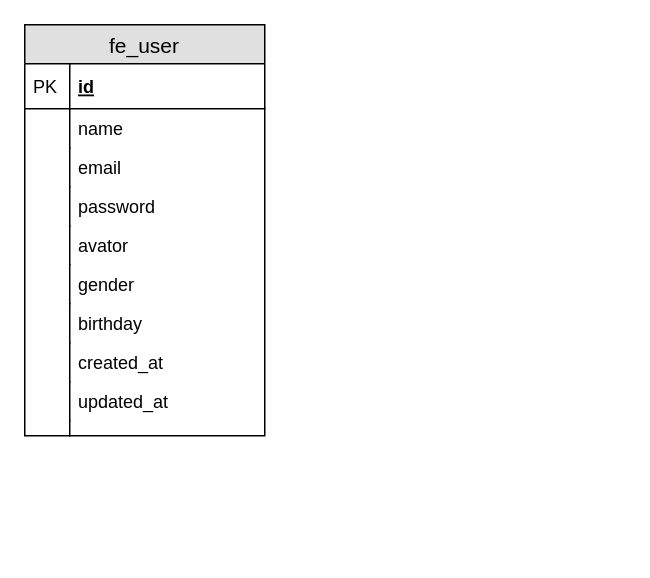
The draw.io diagram 个人开源电商/littlemall_fe_service_sql.drawio in wurh/myDesignDoc, before the edit. Source tidied: cells renumbered, new cells numbered last; positions are measured from the earlier drawing's top-left corner, leaving out a move shared by most shapes. Both pictures are drawn from the tidied source at 150%, with x=0, y=0 at pixel (24, 24).
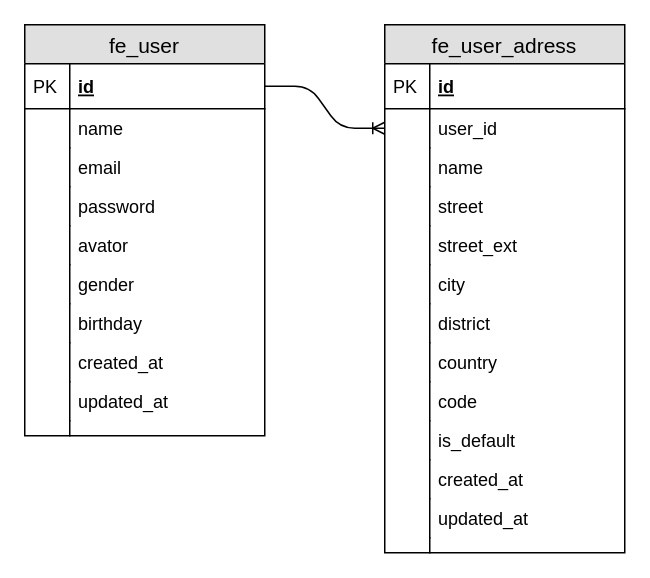
Above is the later version.

Unchanged cells that the change refers to:
```xml
<mxCell id="3" value="id" style="shape=partialRectangle;top=0;left=0;right=0;bottom=1;align=left;verticalAlign=middle;fillColor=none;spacingLeft=34;spacingRight=4;overflow=hidden;points=[[0,0.5],[1,0.5]];portConstraint=eastwest;fontStyle=5;fontSize=12;" parent="2" vertex="1">
  <mxGeometry y="26" width="160" height="30" as="geometry" />
</mxCell>
```

Change to the diagram source:
```diff
@@
+    <mxCell id="23" value="fe_user_adress" style="swimlane;fontStyle=0;horizontal=1;startSize=26;fillColor=#e0e0e0;swimlaneFillColor=#ffffff;align=center;fontSize=14;" parent="1" vertex="1">
+      <mxGeometry x="240" width="160" height="352" as="geometry" />
+    </mxCell>
+    <mxCell id="24" value="id" style="shape=partialRectangle;top=0;left=0;right=0;bottom=1;align=left;verticalAlign=middle;fillColor=none;spacingLeft=34;spacingRight=4;overflow=hidden;fontStyle=5;fontSize=12;" parent="23" vertex="1">
+      <mxGeometry y="26" width="160" height="30" as="geometry" />
+    </mxCell>
+    <mxCell id="25" value="PK" style="shape=partialRectangle;top=0;left=0;bottom=0;fillColor=none;align=left;verticalAlign=middle;spacingLeft=4;spacingRight=4;overflow=hidden;fontSize=12;" parent="24" vertex="1">
+      <mxGeometry width="30" height="30" as="geometry" />
+    </mxCell>
+    <mxCell id="26" value="user_id" style="shape=partialRectangle;top=0;left=0;right=0;bottom=0;align=left;verticalAlign=top;fillColor=none;spacingLeft=34;spacingRight=4;overflow=hidden;points=[[0,0.5],[1,0.5]];portConstraint=eastwest;fontSize=12;" parent="23" vertex="1">
+      <mxGeometry y="56" width="160" height="26" as="geometry" />
+    </mxCell>
+    <mxCell id="27" style="shape=partialRectangle;top=0;left=0;bottom=0;fillColor=none;align=left;verticalAlign=top;spacingLeft=4;spacingRight=4;overflow=hidden;fontSize=12;" parent="26" vertex="1">
+      <mxGeometry width="30" height="26" as="geometry" />
+    </mxCell>
+    <mxCell id="28" value="name" style="shape=partialRectangle;top=0;left=0;right=0;bottom=0;align=left;verticalAlign=top;fillColor=none;spacingLeft=34;spacingRight=4;overflow=hidden;fontSize=12;" parent="23" vertex="1">
+      <mxGeometry y="82" width="160" height="26" as="geometry" />
+    </mxCell>
+    <mxCell id="29" style="shape=partialRectangle;top=0;left=0;bottom=0;fillColor=none;align=left;verticalAlign=top;spacingLeft=4;spacingRight=4;overflow=hidden;fontSize=12;" parent="28" vertex="1">
+      <mxGeometry width="30" height="26" as="geometry" />
+    </mxCell>
+    <mxCell id="30" value="street" style="shape=partialRectangle;top=0;left=0;right=0;bottom=0;align=left;verticalAlign=top;fillColor=none;spacingLeft=34;spacingRight=4;overflow=hidden;fontSize=12;" parent="23" vertex="1">
+      <mxGeometry y="108" width="160" height="26" as="geometry" />
+    </mxCell>
+    <mxCell id="31" style="shape=partialRectangle;top=0;left=0;bottom=0;fillColor=none;align=left;verticalAlign=top;spacingLeft=4;spacingRight=4;overflow=hidden;fontSize=12;" parent="30" vertex="1">
+      <mxGeometry width="30" height="26" as="geometry" />
+    </mxCell>
+    <mxCell id="32" value="street_ext" style="shape=partialRectangle;top=0;left=0;right=0;bottom=0;align=left;verticalAlign=top;fillColor=none;spacingLeft=34;spacingRight=4;overflow=hidden;fontSize=12;" parent="23" vertex="1">
+      <mxGeometry y="134" width="160" height="26" as="geometry" />
+    </mxCell>
+    <mxCell id="33" style="shape=partialRectangle;top=0;left=0;bottom=0;fillColor=none;align=left;verticalAlign=top;spacingLeft=4;spacingRight=4;overflow=hidden;fontSize=12;" parent="32" vertex="1">
+      <mxGeometry width="30" height="26" as="geometry" />
+    </mxCell>
+    <mxCell id="34" value="city" style="shape=partialRectangle;top=0;left=0;right=0;bottom=0;align=left;verticalAlign=top;fillColor=none;spacingLeft=34;spacingRight=4;overflow=hidden;fontSize=12;" parent="23" vertex="1">
+      <mxGeometry y="160" width="160" height="26" as="geometry" />
+    </mxCell>
+    <mxCell id="35" style="shape=partialRectangle;top=0;left=0;bottom=0;fillColor=none;align=left;verticalAlign=top;spacingLeft=4;spacingRight=4;overflow=hidden;fontSize=12;" parent="34" vertex="1">
+      <mxGeometry width="30" height="26" as="geometry" />
+    </mxCell>
+    <mxCell id="36" value="district" style="shape=partialRectangle;top=0;left=0;right=0;bottom=0;align=left;verticalAlign=top;fillColor=none;spacingLeft=34;spacingRight=4;overflow=hidden;fontSize=12;" parent="23" vertex="1">
+      <mxGeometry y="186" width="160" height="26" as="geometry" />
+    </mxCell>
+    <mxCell id="37" style="shape=partialRectangle;top=0;left=0;bottom=0;fillColor=none;align=left;verticalAlign=top;spacingLeft=4;spacingRight=4;overflow=hidden;fontSize=12;" parent="36" vertex="1">
+      <mxGeometry width="30" height="26" as="geometry" />
+    </mxCell>
+    <mxCell id="38" value="country" style="shape=partialRectangle;top=0;left=0;right=0;bottom=0;align=left;verticalAlign=top;fillColor=none;spacingLeft=34;spacingRight=4;overflow=hidden;fontSize=12;" parent="23" vertex="1">
+      <mxGeometry y="212" width="160" height="26" as="geometry" />
+    </mxCell>
+    <mxCell id="39" style="shape=partialRectangle;top=0;left=0;bottom=0;fillColor=none;align=left;verticalAlign=top;spacingLeft=4;spacingRight=4;overflow=hidden;fontSize=12;" parent="38" vertex="1">
+      <mxGeometry width="30" height="26" as="geometry" />
+    </mxCell>
+    <mxCell id="40" value="code" style="shape=partialRectangle;top=0;left=0;right=0;bottom=0;align=left;verticalAlign=top;fillColor=none;spacingLeft=34;spacingRight=4;overflow=hidden;fontSize=12;" parent="23" vertex="1">
+      <mxGeometry y="238" width="160" height="26" as="geometry" />
+    </mxCell>
+    <mxCell id="41" style="shape=partialRectangle;top=0;left=0;bottom=0;fillColor=none;align=left;verticalAlign=top;spacingLeft=4;spacingRight=4;overflow=hidden;fontSize=12;" parent="40" vertex="1">
+      <mxGeometry width="30" height="26" as="geometry" />
+    </mxCell>
+    <mxCell id="42" value="is_default" style="shape=partialRectangle;top=0;left=0;right=0;bottom=0;align=left;verticalAlign=top;fillColor=none;spacingLeft=34;spacingRight=4;overflow=hidden;fontSize=12;" parent="23" vertex="1">
+      <mxGeometry y="264" width="160" height="26" as="geometry" />
+    </mxCell>
+    <mxCell id="43" style="shape=partialRectangle;top=0;left=0;bottom=0;fillColor=none;align=left;verticalAlign=top;spacingLeft=4;spacingRight=4;overflow=hidden;fontSize=12;" parent="42" vertex="1">
+      <mxGeometry width="30" height="26" as="geometry" />
+    </mxCell>
+    <mxCell id="44" value="created_at" style="shape=partialRectangle;top=0;left=0;right=0;bottom=0;align=left;verticalAlign=top;fillColor=none;spacingLeft=34;spacingRight=4;overflow=hidden;fontSize=12;" parent="23" vertex="1">
+      <mxGeometry y="290" width="160" height="26" as="geometry" />
+    </mxCell>
+    <mxCell id="45" style="shape=partialRectangle;top=0;left=0;bottom=0;fillColor=none;align=left;verticalAlign=top;spacingLeft=4;spacingRight=4;overflow=hidden;fontSize=12;" parent="44" vertex="1">
+      <mxGeometry width="30" height="26" as="geometry" />
+    </mxCell>
+    <mxCell id="46" value="updated_at" style="shape=partialRectangle;top=0;left=0;right=0;bottom=0;align=left;verticalAlign=top;fillColor=none;spacingLeft=34;spacingRight=4;overflow=hidden;fontSize=12;" parent="23" vertex="1">
+      <mxGeometry y="316" width="160" height="26" as="geometry" />
+    </mxCell>
+    <mxCell id="47" style="shape=partialRectangle;top=0;left=0;bottom=0;fillColor=none;align=left;verticalAlign=top;spacingLeft=4;spacingRight=4;overflow=hidden;fontSize=12;" parent="46" vertex="1">
+      <mxGeometry width="30" height="26" as="geometry" />
+    </mxCell>
+    <mxCell id="48" style="shape=partialRectangle;top=0;left=0;right=0;bottom=0;align=left;verticalAlign=top;fillColor=none;spacingLeft=34;spacingRight=4;overflow=hidden;fontSize=12;" parent="23" vertex="1">
+      <mxGeometry y="342" width="160" height="10" as="geometry" />
+    </mxCell>
+    <mxCell id="49" style="shape=partialRectangle;top=0;left=0;bottom=0;fillColor=none;align=left;verticalAlign=top;spacingLeft=4;spacingRight=4;overflow=hidden;fontSize=12;" parent="48" vertex="1">
+      <mxGeometry width="30" height="10" as="geometry" />
+    </mxCell>
+    <mxCell id="50" style="edgeStyle=entityRelationEdgeStyle;fontSize=12;html=1;endArrow=ERoneToMany;entryX=0;entryY=0.5;entryDx=0;entryDy=0;" parent="1" edge="1" source="3" target="26">
+      <mxGeometry relative="1" as="geometry" />
+    </mxCell>
```
